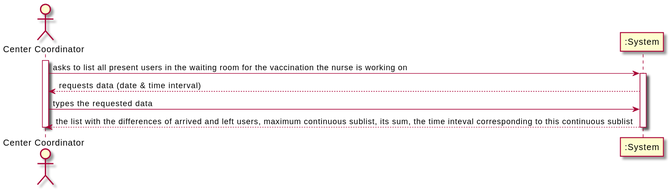
miseEnPlace-i/lapr2 keeps this PlantUML diagram as docs/SprintD/US16/SD/US16_SD.svg. Above is the earlier version. Source of this version:
```plantuml
@startuml

actor "Center Coordinator" AS COORD
participant ":System" as SYS
activate COORD
COORD -> SYS : asks to list all present users in the waiting room for the vaccination the nurse is working on
activate SYS
SYS --> COORD : requests data (date & time interval)
COORD -> SYS : types the requested data
SYS --> COORD : the list with the differences of arrived and left users, maximum continuous sublist, its sum, the time inteval corresponding to this continuous sublist
deactivate SYS

deactivate COORD

@enduml
```
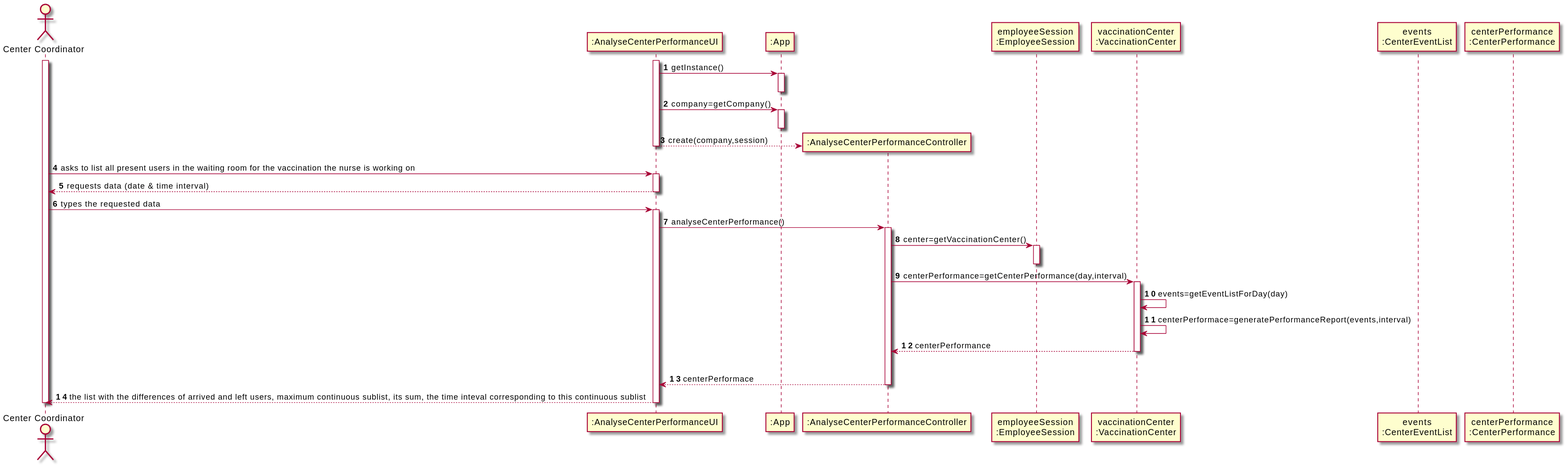
The same diagram one commit later.

Change to the diagram source:
```diff
@@ -1,15 +1,53 @@
 @startuml
+autonumber
 
 actor "Center Coordinator" AS COORD
-participant ":System" as SYS
+participant ":AnalyseCenterPerformanceUI" as UI
+participant ":App" as APP
+
 activate COORD
-COORD -> SYS : asks to list all present users in the waiting room for the vaccination the nurse is working on
-activate SYS
-SYS --> COORD : requests data (date & time interval)
-COORD -> SYS : types the requested data
-SYS --> COORD : the list with the differences of arrived and left users, maximum continuous sublist, its sum, the time inteval corresponding to this continuous sublist
-deactivate SYS
+activate UI
+UI -> APP : getInstance()
+activate APP
+deactivate APP
+UI -> APP : company=getCompany()
+activate APP
+deactivate APP
+create ":AnalyseCenterPerformanceController" as CTRL
 
+UI --> CTRL : create(company,session)
+deactivate UI
+COORD -> UI : asks to list all present users in the waiting room for the vaccination the nurse is working on
+activate UI
+UI --> COORD : requests data (date & time interval)
+deactivate UI
+COORD -> UI : types the requested data
+
+
+participant "employeeSession\n:EmployeeSession" as SESSION
+participant "vaccinationCenter\n:VaccinationCenter" as VACC
+participant "events\n:CenterEventList" as EVENTL
+participant "centerPerformance\n:CenterPerformance" as PERF
+
+activate UI
+UI -> CTRL : analyseCenterPerformance()
+
+activate CTRL
+CTRL -> SESSION : center=getVaccinationCenter()
+activate SESSION
+deactivate SESSION
+CTRL -> VACC : centerPerformance=getCenterPerformance(day,interval)
+activate VACC
+VACC -> VACC : events=getEventListForDay(day)
+VACC -> VACC : centerPerformace=generatePerformanceReport(events,interval)
+VACC --> CTRL : centerPerformance
+|||
+deactivate VACC
+CTRL --> UI : centerPerformace
+deactivate CTRL
+
+UI --> COORD : the list with the differences of arrived and left users, maximum continuous sublist, its sum, the time inteval corresponding to this continuous sublist
+deactivate UI
 deactivate COORD
 
 @enduml
```
